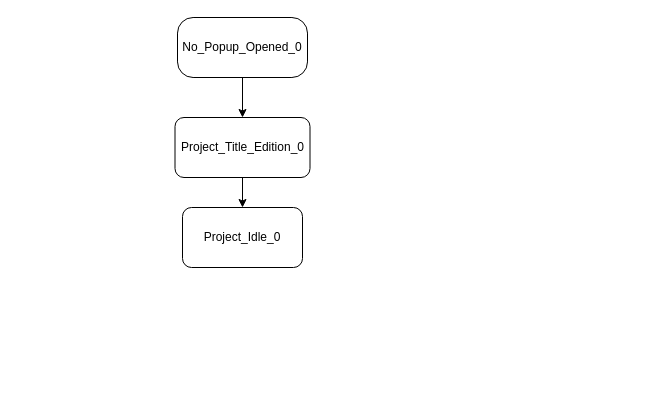
This is docs/04_assignment/schema/01_create_project/01_transition_tree.drawio from Jumaruba/jtimesched, a draw.io file, before an edit. Source tidied: cells renumbered, new cells numbered last; positions are measured from the earlier drawing's top-left corner, leaving out a move shared by most shapes. Both pictures are drawn from the tidied source at 100%, with x=0, y=0 at pixel (175, 17).
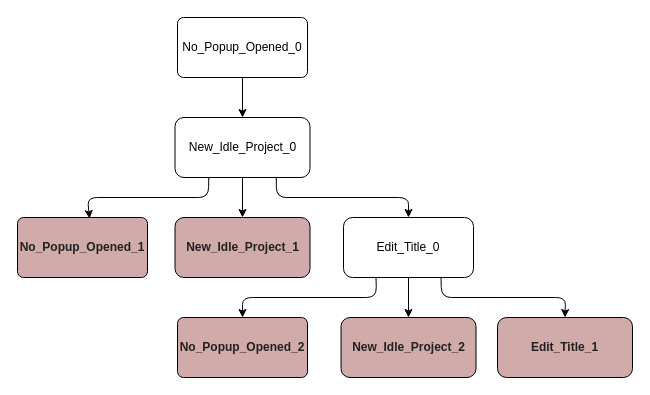
The same diagram, later.

The edit, as a diff of the source:
```diff
@@
-    <mxCell id="3" value="No_Popup_Opened_0" style="rounded=1;whiteSpace=wrap;html=1;arcSize=26;" parent="1" vertex="1">
+    <mxCell id="3" value="No_Popup_Opened_0" style="rounded=1;whiteSpace=wrap;html=1;arcSize=10;" parent="1" vertex="1">
       <mxGeometry x="2" width="130" height="60" as="geometry" />
     </mxCell>
-    <mxCell id="4" style="edgeStyle=none;html=1;exitX=0.5;exitY=1;exitDx=0;exitDy=0;entryX=0.5;entryY=0;entryDx=0;entryDy=0;" parent="1" edge="1" source="5" target="6">
+    <mxCell id="4" style="edgeStyle=none;html=1;exitX=0.5;exitY=1;exitDx=0;exitDy=0;entryX=0.5;entryY=0;entryDx=0;entryDy=0;" parent="1" edge="1" source="5" target="11">
       <mxGeometry relative="1" as="geometry" />
     </mxCell>
+    <mxCell id="7" style="edgeStyle=none;html=1;exitX=0.25;exitY=1;exitDx=0;exitDy=0;entryX=0.554;entryY=0.017;entryDx=0;entryDy=0;entryPerimeter=0;" parent="1" edge="1" source="5" target="10">
+      <mxGeometry relative="1" as="geometry">
+        <Array as="points">
+          <mxPoint x="33" y="180" />
+          <mxPoint x="-88" y="180" />
+        </Array>
+      </mxGeometry>
+    </mxCell>
+    <mxCell id="8" style="edgeStyle=none;html=1;exitX=0.75;exitY=1;exitDx=0;exitDy=0;entryX=0.5;entryY=0;entryDx=0;entryDy=0;" parent="1" edge="1" source="5" target="15">
+      <mxGeometry relative="1" as="geometry">
+        <Array as="points">
+          <mxPoint x="101" y="180" />
+          <mxPoint x="233" y="180" />
+        </Array>
+      </mxGeometry>
+    </mxCell>
-    <mxCell id="5" value="Project_Title_Edition_0" style="rounded=1;whiteSpace=wrap;html=1;" parent="1" vertex="1">
+    <mxCell id="5" value="New_Idle_Project_0" style="rounded=1;whiteSpace=wrap;html=1;" parent="1" vertex="1">
       <mxGeometry x="-0.5" y="100" width="135" height="60" as="geometry" />
     </mxCell>
-    <mxCell id="6" value="Project_Idle_0" style="rounded=1;whiteSpace=wrap;html=1;fontSize=12;" parent="1" vertex="1">
-      <mxGeometry x="7" y="190" width="120" height="60" as="geometry" />
-    </mxCell>
+    <mxCell id="9" value="No_Popup_Opened_2" style="rounded=1;whiteSpace=wrap;html=1;arcSize=10;fillColor=#D1ABA9;fontStyle=1;fontColor=#212121;" parent="1" vertex="1">
+      <mxGeometry x="2" y="300" width="130" height="60" as="geometry" />
+    </mxCell>
+    <mxCell id="10" value="&lt;b&gt;&lt;font&gt;No_Popup_Opened_1&lt;/font&gt;&lt;/b&gt;" style="rounded=1;whiteSpace=wrap;html=1;arcSize=10;fillColor=#D1ABA9;fontColor=#212121;" parent="1" vertex="1">
+      <mxGeometry x="-158" y="200" width="130" height="60" as="geometry" />
+    </mxCell>
+    <mxCell id="11" value="New_Idle_Project_1" style="rounded=1;whiteSpace=wrap;html=1;fillColor=#D1ABA9;fontStyle=1;fontColor=#212121;" parent="1" vertex="1">
+      <mxGeometry x="-0.5" y="200" width="135" height="60" as="geometry" />
+    </mxCell>
+    <mxCell id="12" style="edgeStyle=none;html=1;exitX=0.5;exitY=1;exitDx=0;exitDy=0;entryX=0.5;entryY=0;entryDx=0;entryDy=0;" parent="1" edge="1" source="15" target="16">
+      <mxGeometry relative="1" as="geometry" />
+    </mxCell>
+    <mxCell id="13" style="edgeStyle=none;html=1;exitX=0.75;exitY=1;exitDx=0;exitDy=0;entryX=0.5;entryY=0;entryDx=0;entryDy=0;" parent="1" edge="1" source="15" target="17">
+      <mxGeometry relative="1" as="geometry">
+        <Array as="points">
+          <mxPoint x="266" y="280" />
+          <mxPoint x="390" y="280" />
+        </Array>
+      </mxGeometry>
+    </mxCell>
+    <mxCell id="14" style="edgeStyle=none;html=1;exitX=0.25;exitY=1;exitDx=0;exitDy=0;entryX=0.5;entryY=0;entryDx=0;entryDy=0;" parent="1" edge="1" source="15" target="9">
+      <mxGeometry relative="1" as="geometry">
+        <Array as="points">
+          <mxPoint x="201" y="280" />
+          <mxPoint x="67" y="280" />
+        </Array>
+      </mxGeometry>
+    </mxCell>
+    <mxCell id="15" value="Edit_Title_0" style="rounded=1;whiteSpace=wrap;html=1;fontSize=12;" parent="1" vertex="1">
+      <mxGeometry x="168" y="200" width="130" height="60" as="geometry" />
+    </mxCell>
+    <mxCell id="16" value="New_Idle_Project_2" style="rounded=1;whiteSpace=wrap;html=1;fillColor=#D1ABA9;fontStyle=1;fontColor=#212121;" parent="1" vertex="1">
+      <mxGeometry x="165.5" y="300" width="135" height="60" as="geometry" />
+    </mxCell>
+    <mxCell id="17" value="Edit_Title_1" style="rounded=1;whiteSpace=wrap;html=1;fillColor=#D1ABA9;fontStyle=1;fontColor=#212121;" parent="1" vertex="1">
+      <mxGeometry x="322" y="300" width="135" height="60" as="geometry" />
+    </mxCell>
```
